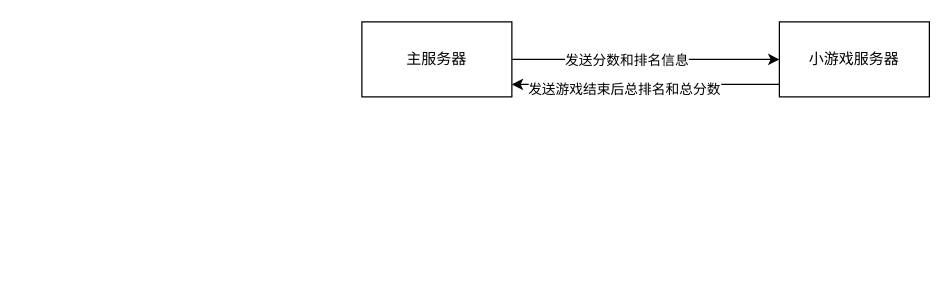
Above: 服务器.drawio in nothing-championship/what-it-this (draw.io), before the change. Source tidied: cells renumbered, new cells numbered last; positions are measured from the earlier drawing's top-left corner, leaving out a move shared by most shapes. Both pictures are drawn from the tidied source at 125%, with x=0, y=0 at pixel (361, 21).
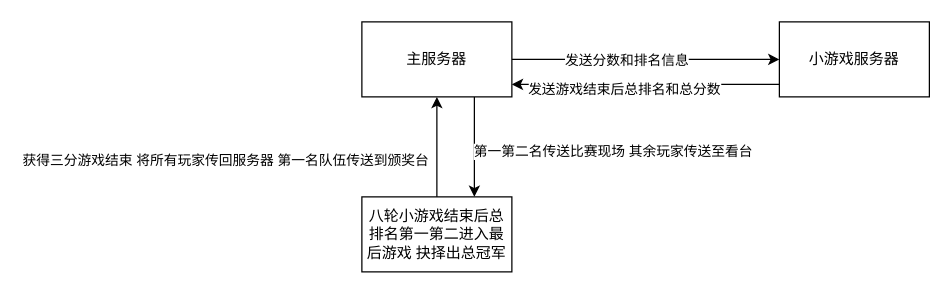
Above is the later version.

Commit message (it also covers changes not shown here):
更新服务器.drawio

Change to the diagram source:
```diff
@@
 <mxGraphModel>
   <root>
     <mxCell id="0" />
     <mxCell id="1" parent="0" />
     <mxCell id="2" style="edgeStyle=orthogonalEdgeStyle;rounded=0;jettySize=auto;html=1;" parent="1" edge="1" source="4" target="7">
       <mxGeometry relative="1" as="geometry" />
     </mxCell>
     <mxCell id="3" value="发送分数和排名信息" style="edgeLabel;html=1;align=center;verticalAlign=middle;" parent="2" vertex="1">
       <mxGeometry x="-0.15" relative="1" as="geometry" />
     </mxCell>
+    <mxCell id="8" style="edgeStyle=orthogonalEdgeStyle;rounded=0;jettySize=auto;html=1;" parent="1" edge="1" source="4" target="12">
+      <mxGeometry relative="1" as="geometry">
+        <Array as="points">
+          <mxPoint x="90" y="100" />
+          <mxPoint x="90" y="100" />
+        </Array>
+      </mxGeometry>
+    </mxCell>
+    <mxCell id="9" value="第一第二名传送比赛现场 其余玩家传送至看台" style="edgeLabel;html=1;align=center;verticalAlign=middle;" parent="8" vertex="1">
+      <mxGeometry x="0.07" relative="1" as="geometry">
+        <mxPoint x="110" as="offset" />
+      </mxGeometry>
+    </mxCell>
     <mxCell id="4" value="主服务器" style="rounded=0;whiteSpace=wrap;html=1;" parent="1" vertex="1">
       <mxGeometry width="120" height="60" as="geometry" />
     </mxCell>
     <mxCell id="5" style="edgeStyle=orthogonalEdgeStyle;rounded=0;jettySize=auto;html=1;" parent="1" edge="1" source="7" target="4">
       <mxGeometry relative="1" as="geometry">
         <Array as="points">
           <mxPoint x="230" y="50" />
           <mxPoint x="230" y="50" />
         </Array>
       </mxGeometry>
     </mxCell>
     <mxCell id="6" value="发送游戏结束后总排名和总分数" style="edgeLabel;html=1;align=center;verticalAlign=middle;" parent="5" vertex="1">
       <mxGeometry x="0.17" y="3" relative="1" as="geometry" />
     </mxCell>
     <mxCell id="7" value="小游戏服务器" style="whiteSpace=wrap;html=1;rounded=0;" parent="1" vertex="1">
       <mxGeometry x="334" width="120" height="60" as="geometry" />
     </mxCell>
+    <mxCell id="10" style="edgeStyle=orthogonalEdgeStyle;rounded=0;jettySize=auto;html=1;" parent="1" edge="1" source="12" target="4">
+      <mxGeometry relative="1" as="geometry" />
+    </mxCell>
+    <mxCell id="11" value="获得三分游戏结束 将所有玩家传回服务器 第一名队伍传送到颁奖台" style="edgeLabel;html=1;align=center;verticalAlign=middle;" parent="10" vertex="1">
+      <mxGeometry x="0.03" y="1" relative="1" as="geometry">
+        <mxPoint x="-169" y="11" as="offset" />
+      </mxGeometry>
+    </mxCell>
+    <mxCell id="12" value="八轮小游戏结束后总排名第一第二进入最后游戏 抉择出总冠军" style="whiteSpace=wrap;html=1;rounded=0;" parent="1" vertex="1">
+      <mxGeometry y="140" width="120" height="60" as="geometry" />
+    </mxCell>
   </root>
 </mxGraphModel>
```
